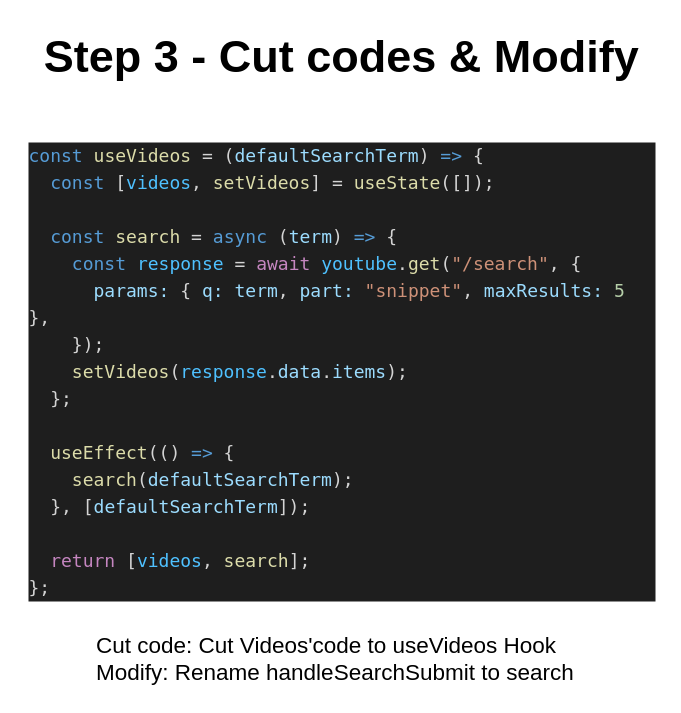
jeesewu/Diagrams-Storage keeps this draw.io diagram as page "Step 3" (4 of 5) of Other/Custom Hooks.drawio. Above is the earlier version. Source tidied: cells renumbered, new cells numbered last; positions are measured from the earlier drawing's top-left corner, leaving out a move shared by most shapes. Both pictures are drawn from the tidied source at 150%, with x=0, y=0 at pixel (26, 26).
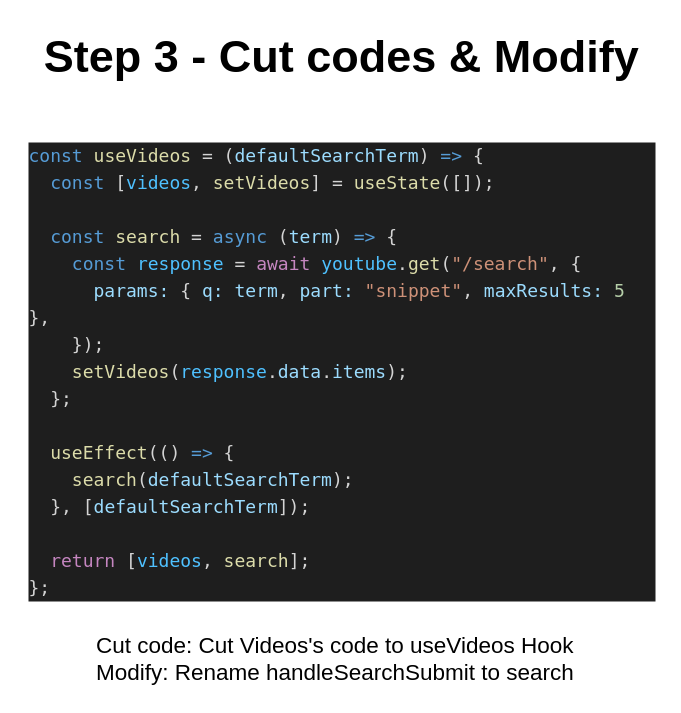
After the change.

The edit, as a diff of the source:
```diff
@@
 <mxGraphModel>
   <root>
     <mxCell id="0" />
     <mxCell id="1" parent="0" />
     <mxCell id="2" value="&lt;div style=&quot;color: rgb(212 , 212 , 212) ; background-color: rgb(30 , 30 , 30) ; font-family: &amp;#34;menlo&amp;#34; , &amp;#34;monaco&amp;#34; , &amp;#34;courier new&amp;#34; , monospace ; font-weight: normal ; font-size: 12px ; line-height: 18px&quot;&gt;&lt;div&gt;&lt;span style=&quot;color: #569cd6&quot;&gt;const&lt;/span&gt;&lt;span style=&quot;color: #d4d4d4&quot;&gt; &lt;/span&gt;&lt;span style=&quot;color: #dcdcaa&quot;&gt;useVideos&lt;/span&gt;&lt;span style=&quot;color: #d4d4d4&quot;&gt; = (&lt;/span&gt;&lt;span style=&quot;color: #9cdcfe&quot;&gt;defaultSearchTerm&lt;/span&gt;&lt;span style=&quot;color: #d4d4d4&quot;&gt;) &lt;/span&gt;&lt;span style=&quot;color: #569cd6&quot;&gt;=&amp;gt;&lt;/span&gt;&lt;span style=&quot;color: #d4d4d4&quot;&gt; {&lt;/span&gt;&lt;/div&gt;&lt;div&gt;&lt;span style=&quot;color: #d4d4d4&quot;&gt;&lt;/span&gt;&lt;span style=&quot;color: #569cd6&quot;&gt;&amp;nbsp; const&lt;/span&gt;&lt;span style=&quot;color: #d4d4d4&quot;&gt; [&lt;/span&gt;&lt;span style=&quot;color: #4fc1ff&quot;&gt;videos&lt;/span&gt;&lt;span style=&quot;color: #d4d4d4&quot;&gt;, &lt;/span&gt;&lt;span style=&quot;color: #dcdcaa&quot;&gt;setVideos&lt;/span&gt;&lt;span style=&quot;color: #d4d4d4&quot;&gt;] = &lt;/span&gt;&lt;span style=&quot;color: #dcdcaa&quot;&gt;useState&lt;/span&gt;&lt;span style=&quot;color: #d4d4d4&quot;&gt;([]);&lt;/span&gt;&lt;/div&gt;&lt;br&gt;&lt;div&gt;&lt;span style=&quot;color: #d4d4d4&quot;&gt;&lt;/span&gt;&lt;span style=&quot;color: #569cd6&quot;&gt;&amp;nbsp; const&lt;/span&gt;&lt;span style=&quot;color: #d4d4d4&quot;&gt; &lt;/span&gt;&lt;span style=&quot;color: #dcdcaa&quot;&gt;search&lt;/span&gt;&lt;span style=&quot;color: #d4d4d4&quot;&gt; = &lt;/span&gt;&lt;span style=&quot;color: #569cd6&quot;&gt;async&lt;/span&gt;&lt;span style=&quot;color: #d4d4d4&quot;&gt; (&lt;/span&gt;&lt;span style=&quot;color: #9cdcfe&quot;&gt;term&lt;/span&gt;&lt;span style=&quot;color: #d4d4d4&quot;&gt;) &lt;/span&gt;&lt;span style=&quot;color: #569cd6&quot;&gt;=&amp;gt;&lt;/span&gt;&lt;span style=&quot;color: #d4d4d4&quot;&gt; {&lt;/span&gt;&lt;/div&gt;&lt;div&gt;&lt;span style=&quot;color: #d4d4d4&quot;&gt;&lt;/span&gt;&lt;span style=&quot;color: #569cd6&quot;&gt;&amp;nbsp; &amp;nbsp; const&lt;/span&gt;&lt;span style=&quot;color: #d4d4d4&quot;&gt; &lt;/span&gt;&lt;span style=&quot;color: #4fc1ff&quot;&gt;response&lt;/span&gt;&lt;span style=&quot;color: #d4d4d4&quot;&gt; = &lt;/span&gt;&lt;span style=&quot;color: #c586c0&quot;&gt;await&lt;/span&gt;&lt;span style=&quot;color: #d4d4d4&quot;&gt; &lt;/span&gt;&lt;span style=&quot;color: #4fc1ff&quot;&gt;youtube&lt;/span&gt;&lt;span style=&quot;color: #d4d4d4&quot;&gt;.&lt;/span&gt;&lt;span style=&quot;color: #dcdcaa&quot;&gt;get&lt;/span&gt;&lt;span style=&quot;color: #d4d4d4&quot;&gt;(&lt;/span&gt;&lt;span style=&quot;color: #ce9178&quot;&gt;&quot;/search&quot;&lt;/span&gt;&lt;span style=&quot;color: #d4d4d4&quot;&gt;, {&lt;/span&gt;&lt;/div&gt;&lt;div&gt;&lt;span style=&quot;color: #d4d4d4&quot;&gt;&lt;/span&gt;&lt;span style=&quot;color: #9cdcfe&quot;&gt;&amp;nbsp; &amp;nbsp; &amp;nbsp; params&lt;/span&gt;&lt;span style=&quot;color: #9cdcfe&quot;&gt;:&lt;/span&gt;&lt;span style=&quot;color: #d4d4d4&quot;&gt; { &lt;/span&gt;&lt;span style=&quot;color: #9cdcfe&quot;&gt;q&lt;/span&gt;&lt;span style=&quot;color: #9cdcfe&quot;&gt;:&lt;/span&gt;&lt;span style=&quot;color: #d4d4d4&quot;&gt; &lt;/span&gt;&lt;span style=&quot;color: #9cdcfe&quot;&gt;term&lt;/span&gt;&lt;span style=&quot;color: #d4d4d4&quot;&gt;, &lt;/span&gt;&lt;span style=&quot;color: #9cdcfe&quot;&gt;part&lt;/span&gt;&lt;span style=&quot;color: #9cdcfe&quot;&gt;:&lt;/span&gt;&lt;span style=&quot;color: #d4d4d4&quot;&gt; &lt;/span&gt;&lt;span style=&quot;color: #ce9178&quot;&gt;&quot;snippet&quot;&lt;/span&gt;&lt;span style=&quot;color: #d4d4d4&quot;&gt;, &lt;/span&gt;&lt;span style=&quot;color: #9cdcfe&quot;&gt;maxResults&lt;/span&gt;&lt;span style=&quot;color: #9cdcfe&quot;&gt;:&lt;/span&gt;&lt;span style=&quot;color: #d4d4d4&quot;&gt; &lt;/span&gt;&lt;span style=&quot;color: #b5cea8&quot;&gt;5&lt;/span&gt;&lt;span style=&quot;color: #d4d4d4&quot;&gt; },&lt;/span&gt;&lt;/div&gt;&lt;div&gt;&lt;span style=&quot;color: #d4d4d4&quot;&gt;&amp;nbsp; &amp;nbsp; });&lt;/span&gt;&lt;/div&gt;&lt;div&gt;&lt;span style=&quot;color: #d4d4d4&quot;&gt;&lt;/span&gt;&lt;span style=&quot;color: #dcdcaa&quot;&gt;&amp;nbsp; &amp;nbsp; setVideos&lt;/span&gt;&lt;span style=&quot;color: #d4d4d4&quot;&gt;(&lt;/span&gt;&lt;span style=&quot;color: #4fc1ff&quot;&gt;response&lt;/span&gt;&lt;span style=&quot;color: #d4d4d4&quot;&gt;.&lt;/span&gt;&lt;span style=&quot;color: #9cdcfe&quot;&gt;data&lt;/span&gt;&lt;span style=&quot;color: #d4d4d4&quot;&gt;.&lt;/span&gt;&lt;span style=&quot;color: #9cdcfe&quot;&gt;items&lt;/span&gt;&lt;span style=&quot;color: #d4d4d4&quot;&gt;);&lt;/span&gt;&lt;/div&gt;&lt;div&gt;&lt;span style=&quot;color: #d4d4d4&quot;&gt;&amp;nbsp; };&lt;/span&gt;&lt;/div&gt;&lt;br&gt;&lt;div&gt;&lt;span style=&quot;color: #d4d4d4&quot;&gt;&lt;/span&gt;&lt;span style=&quot;color: #dcdcaa&quot;&gt;&amp;nbsp; useEffect&lt;/span&gt;&lt;span style=&quot;color: #d4d4d4&quot;&gt;(() &lt;/span&gt;&lt;span style=&quot;color: #569cd6&quot;&gt;=&amp;gt;&lt;/span&gt;&lt;span style=&quot;color: #d4d4d4&quot;&gt; {&lt;/span&gt;&lt;/div&gt;&lt;div&gt;&lt;span style=&quot;color: #d4d4d4&quot;&gt;&lt;/span&gt;&lt;span style=&quot;color: #dcdcaa&quot;&gt;&amp;nbsp; &amp;nbsp; search&lt;/span&gt;&lt;span style=&quot;color: #d4d4d4&quot;&gt;(&lt;/span&gt;&lt;span style=&quot;color: #9cdcfe&quot;&gt;defaultSearchTerm&lt;/span&gt;&lt;span style=&quot;color: #d4d4d4&quot;&gt;);&lt;/span&gt;&lt;/div&gt;&lt;div&gt;&lt;span style=&quot;color: #d4d4d4&quot;&gt;&amp;nbsp; }, [&lt;/span&gt;&lt;span style=&quot;color: #9cdcfe&quot;&gt;defaultSearchTerm&lt;/span&gt;&lt;span style=&quot;color: #d4d4d4&quot;&gt;]);&lt;/span&gt;&lt;/div&gt;&lt;br&gt;&lt;div&gt;&lt;span style=&quot;color: #d4d4d4&quot;&gt;&lt;/span&gt;&lt;span style=&quot;color: #c586c0&quot;&gt;&amp;nbsp; return&lt;/span&gt;&lt;span style=&quot;color: #d4d4d4&quot;&gt; [&lt;/span&gt;&lt;span style=&quot;color: #4fc1ff&quot;&gt;videos&lt;/span&gt;&lt;span style=&quot;color: #d4d4d4&quot;&gt;, &lt;/span&gt;&lt;span style=&quot;color: #dcdcaa&quot;&gt;search&lt;/span&gt;&lt;span style=&quot;color: #d4d4d4&quot;&gt;];&lt;/span&gt;&lt;/div&gt;&lt;div&gt;&lt;span style=&quot;color: #d4d4d4&quot;&gt;};&lt;/span&gt;&lt;/div&gt;&lt;/div&gt;" style="text;whiteSpace=wrap;html=1;fontSize=14;" parent="1" vertex="1">
       <mxGeometry y="71" width="420" height="300" as="geometry" />
     </mxCell>
-    <mxCell id="3" value="Cut code: Cut Videos'code to useVideos Hook&lt;br&gt;Modify: Rename handleSearchSubmit to search" style="text;html=1;align=left;verticalAlign=middle;strokeColor=none;fontSize=15;" parent="1" vertex="1">
+    <mxCell id="3" value="Cut code: Cut Videos's code to useVideos Hook&lt;br&gt;Modify: Rename handleSearchSubmit to search" style="text;html=1;align=left;verticalAlign=middle;strokeColor=none;fontSize=15;" parent="1" vertex="1">
       <mxGeometry x="45" y="401" width="330" height="40" as="geometry" />
     </mxCell>
     <mxCell id="4" value="Step 3 - Cut codes &amp;amp; Modify" style="text;html=1;align=center;verticalAlign=middle;strokeColor=none;fontSize=30;fontStyle=1;" parent="1" vertex="1">
       <mxGeometry x="5" width="410" height="40" as="geometry" />
     </mxCell>
   </root>
 </mxGraphModel>
```
